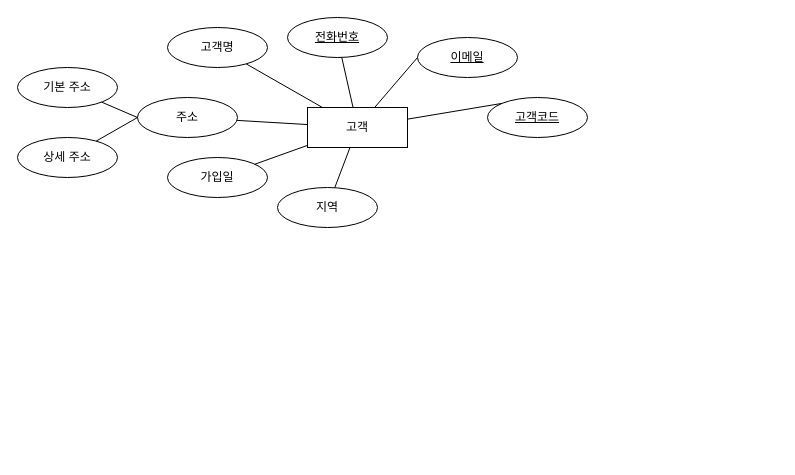
Above: 제목 없는 다이어그램.drawio in hann0079/erd (draw.io), before the change. Source tidied: cells renumbered, new cells numbered last; positions are measured from the earlier drawing's top-left corner, leaving out a move shared by most shapes. Both pictures are drawn from the tidied source at 100%, with x=0, y=0 at pixel (17, 17).
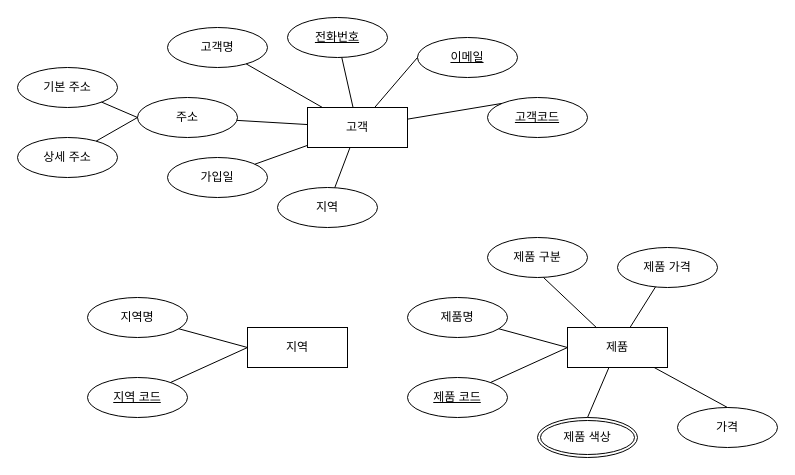
The same diagram, later.

Change to the diagram source:
```diff
@@
+    <mxCell id="21" value="지역" style="whiteSpace=wrap;html=1;align=center;" parent="1" vertex="1">
+      <mxGeometry x="230" y="310" width="100" height="40" as="geometry" />
+    </mxCell>
+    <mxCell id="22" value="지역명" style="ellipse;whiteSpace=wrap;html=1;align=center;" parent="1" vertex="1">
+      <mxGeometry x="70" y="280" width="100" height="40" as="geometry" />
+    </mxCell>
+    <mxCell id="23" style="endArrow=none;html=1;rounded=0;" parent="1" edge="1" source="22">
+      <mxGeometry relative="1" as="geometry">
+        <mxPoint x="230" y="330" as="targetPoint" />
+      </mxGeometry>
+    </mxCell>
+    <mxCell id="24" value="지역 코드" style="ellipse;whiteSpace=wrap;html=1;align=center;fontStyle=4;" parent="1" vertex="1">
+      <mxGeometry x="70" y="360" width="100" height="40" as="geometry" />
+    </mxCell>
+    <mxCell id="25" style="endArrow=none;html=1;rounded=0;entryX=0;entryY=0.5;entryDx=0;entryDy=0;" parent="1" edge="1" source="24" target="21">
+      <mxGeometry relative="1" as="geometry" />
+    </mxCell>
+    <mxCell id="26" value="제품" style="whiteSpace=wrap;html=1;align=center;" parent="1" vertex="1">
+      <mxGeometry x="550" y="310" width="100" height="40" as="geometry" />
+    </mxCell>
+    <mxCell id="27" value="제품명" style="ellipse;whiteSpace=wrap;html=1;align=center;" parent="1" vertex="1">
+      <mxGeometry x="390" y="280" width="100" height="40" as="geometry" />
+    </mxCell>
+    <mxCell id="28" style="endArrow=none;html=1;rounded=0;" parent="1" edge="1" source="27">
+      <mxGeometry relative="1" as="geometry">
+        <mxPoint x="550" y="330" as="targetPoint" />
+      </mxGeometry>
+    </mxCell>
+    <mxCell id="29" value="제품 코드" style="ellipse;whiteSpace=wrap;html=1;align=center;fontStyle=4;" parent="1" vertex="1">
+      <mxGeometry x="390" y="360" width="100" height="40" as="geometry" />
+    </mxCell>
+    <mxCell id="30" style="endArrow=none;html=1;rounded=0;entryX=0;entryY=0.5;entryDx=0;entryDy=0;" parent="1" edge="1" source="29" target="26">
+      <mxGeometry relative="1" as="geometry" />
+    </mxCell>
+    <mxCell id="31" value="제품 구분" style="ellipse;whiteSpace=wrap;html=1;align=center;" parent="1" vertex="1">
+      <mxGeometry x="470" y="220" width="100" height="40" as="geometry" />
+    </mxCell>
+    <mxCell id="32" style="endArrow=none;html=1;rounded=0;" parent="1" edge="1" target="26">
+      <mxGeometry relative="1" as="geometry">
+        <mxPoint x="526" y="260" as="sourcePoint" />
+      </mxGeometry>
+    </mxCell>
+    <mxCell id="33" value="제품 가격" style="ellipse;whiteSpace=wrap;html=1;align=center;" parent="1" vertex="1">
+      <mxGeometry x="600" y="230" width="100" height="40" as="geometry" />
+    </mxCell>
+    <mxCell id="34" style="endArrow=none;html=1;rounded=0;" parent="1" edge="1" source="33" target="26">
+      <mxGeometry relative="1" as="geometry" />
+    </mxCell>
+    <mxCell id="35" value="제품 색상" style="ellipse;shape=doubleEllipse;margin=3;whiteSpace=wrap;html=1;align=center;" parent="1" vertex="1">
+      <mxGeometry x="520" y="400" width="100" height="40" as="geometry" />
+    </mxCell>
+    <mxCell id="36" value="가격" style="ellipse;whiteSpace=wrap;html=1;align=center;" parent="1" vertex="1">
+      <mxGeometry x="660" y="390" width="100" height="40" as="geometry" />
+    </mxCell>
+    <mxCell id="37" style="endArrow=none;html=1;rounded=0;exitX=0.5;exitY=0;exitDx=0;exitDy=0;" parent="1" edge="1" source="35" target="26">
+      <mxGeometry relative="1" as="geometry" />
+    </mxCell>
+    <mxCell id="38" style="endArrow=none;html=1;rounded=0;exitX=0.5;exitY=0;exitDx=0;exitDy=0;" parent="1" edge="1" source="36" target="26">
+      <mxGeometry relative="1" as="geometry" />
+    </mxCell>
```
